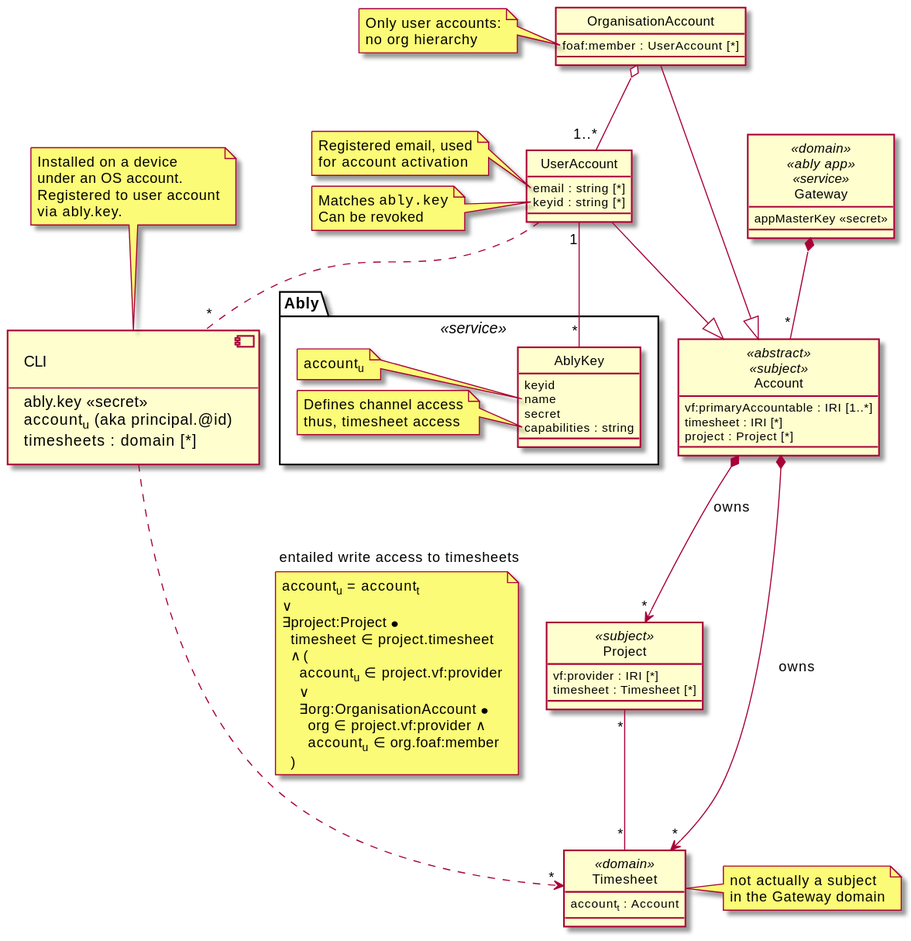
Above: architecture/security/img/accounts.class.svg in m-ld/timeld (PlantUML), before the change. Source of this version:
```plantuml
@startuml

hide circle
allowmixing

class Gateway <<domain>> <<ably app>> <<service>> {
  appMasterKey <<secret>>
}

Gateway *-- "*" Account

class Account <<abstract>> <<subject>> {
  vf:primaryAccountable : IRI [1..*]
  timesheet : IRI [*]
  project : Project [*]
}

Account *--> "*" Timesheet: owns

Account *--> "*" Project: owns

class UserAccount {
  email : string [*]
  keyid : string [*]
}
note left of UserAccount::email
  Registered email, used
  for account activation
end note
note left of UserAccount::keyid
  Matches ""ably.key""
  Can be revoked
end note
UserAccount --|> Account

class OrganisationAccount {
  foaf:member : UserAccount [*]
}
note left of OrganisationAccount::foaf:member
  Only user accounts:
  no org hierarchy
end note
OrganisationAccount --|> Account
OrganisationAccount o-- "1..*" UserAccount

class Timesheet <<domain>> {
  account<sub>t</sub> : Account
}
note right of Timesheet
  not actually a subject
  in the Gateway domain
end note

class Project <<subject>> {
  vf:provider : IRI [*]
  timesheet : Timesheet [*]
}

Project "*" -- "*" Timesheet

component CLI [
  CLI

  ---
  ably.key <<secret>>
  account<sub>u</sub> (aka principal.@id)
  timesheets : domain [*]
]
note top of CLI
  Installed on a device
  under an OS account.
  Registered to user account
  via ably.key.
end note

UserAccount .. "*" CLI

CLI ..> "*" Timesheet: entailed write access to timesheets
note bottom on link
  account<sub>u</sub> = account<sub>t</sub>
  ∨
  ∃project:Project ⦁
    timesheet ∈ project.timesheet
    ∧ (
      account<sub>u</sub> ∈ project.vf:provider
      ∨
      ∃org:OrganisationAccount ⦁
        org ∈ project.vf:provider ∧
        account<sub>u</sub> ∈ org.foaf:member
    )
end note

package Ably <<service>> {
  class AblyKey {
    keyid
    name
    secret
    capabilities : string
  }
  note left of AblyKey::name
    account<sub>u</sub>
  end note
  note left of AblyKey::capabilities
    Defines channel access
    thus, timesheet access
  end note

  UserAccount "1" -- "*" AblyKey
}

@enduml
```
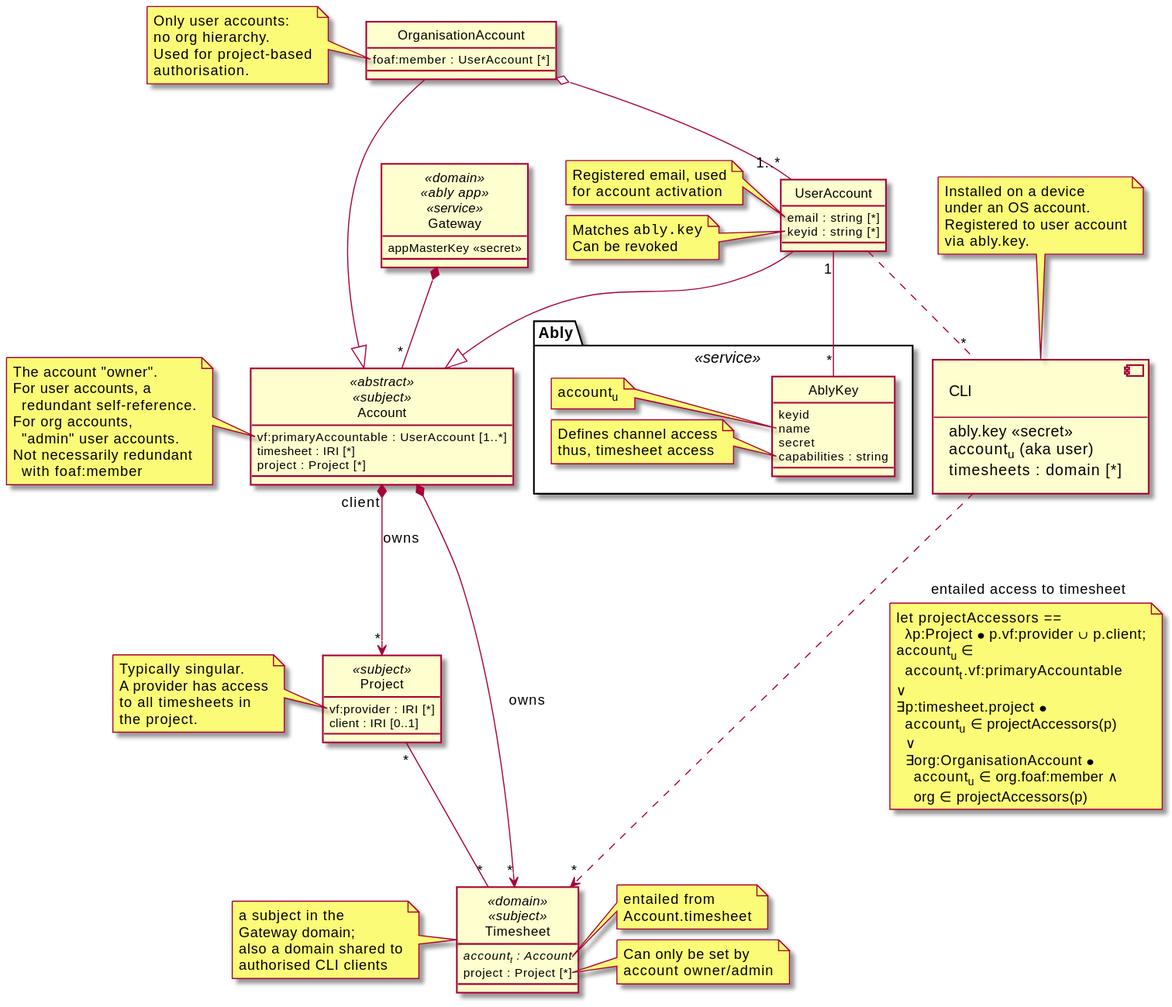
Later version of the same file.

Commit message:
#16: Security refinement: timesheet project can only be changed via timesheet owning account

Diff of the diagram source:
```diff
@@ -10,14 +10,23 @@
 Gateway *-- "*" Account
 
 class Account <<abstract>> <<subject>> {
-  vf:primaryAccountable : IRI [1..*]
+  vf:primaryAccountable : UserAccount [1..*]
   timesheet : IRI [*]
   project : Project [*]
 }
+note left of Account::vf:primaryAccountable
+  The account "owner".
+  For user accounts, a
+    redundant self-reference.
+  For org accounts,
+    "admin" user accounts.
+  Not necessarily redundant
+    with foaf:member
+end note
 
 Account *--> "*" Timesheet: owns
 
-Account *--> "*" Project: owns
+Account "client" *--> "*" Project: owns
 
 class UserAccount {
   email : string [*]
@@ -38,23 +47,42 @@
 }
 note left of OrganisationAccount::foaf:member
   Only user accounts:
-  no org hierarchy
+  no org hierarchy.
+  Used for project-based
+  authorisation.
 end note
 OrganisationAccount --|> Account
 OrganisationAccount o-- "1..*" UserAccount
 
-class Timesheet <<domain>> {
-  account<sub>t</sub> : Account
+class Timesheet <<domain>> <<subject>> {
+  //account<sub>t</sub> : Account//
+  project : Project [*]
 }
-note right of Timesheet
-  not actually a subject
-  in the Gateway domain
+note left of Timesheet
+  a subject in the
+  Gateway domain;
+  also a domain shared to
+  authorised CLI clients
+end note
+note right of Timesheet::account
+  entailed from
+  Account.timesheet
+end note
+note right of Timesheet::project
+  Can only be set by
+  account owner/admin
 end note
 
 class Project <<subject>> {
   vf:provider : IRI [*]
-  timesheet : Timesheet [*]
+  client : IRI [0..1]
 }
+note left of Project::vf:provider
+  Typically singular.
+  A provider has access
+  to all timesheets in
+  the project.
+end note
 
 Project "*" -- "*" Timesheet
 
@@ -63,7 +91,7 @@
 
   ---
   ably.key <<secret>>
-  account<sub>u</sub> (aka principal.@id)
+  account<sub>u</sub> (aka user)
   timesheets : domain [*]
 ]
 note top of CLI
@@ -75,19 +103,19 @@
 
 UserAccount .. "*" CLI
 
-CLI ..> "*" Timesheet: entailed write access to timesheets
+CLI ..> "*" Timesheet: entailed access to timesheet
 note bottom on link
-  account<sub>u</sub> = account<sub>t</sub>
+  let projectAccessors ==
+    λp:Project ⦁ p.vf:provider ∪ p.client;
+  account<sub>u</sub> ∈
+    account<sub>t</sub>.vf:primaryAccountable
   ∨
-  ∃project:Project ⦁
-    timesheet ∈ project.timesheet
-    ∧ (
-      account<sub>u</sub> ∈ project.vf:provider
-      ∨
-      ∃org:OrganisationAccount ⦁
-        org ∈ project.vf:provider ∧
-        account<sub>u</sub> ∈ org.foaf:member
-    )
+  ∃p:timesheet.project ⦁
+    account<sub>u</sub> ∈ projectAccessors(p)
+    ∨
+    ∃org:OrganisationAccount ⦁
+      account<sub>u</sub> ∈ org.foaf:member ∧
+      org ∈ projectAccessors(p)
 end note
 
 package Ably <<service>> {
```
